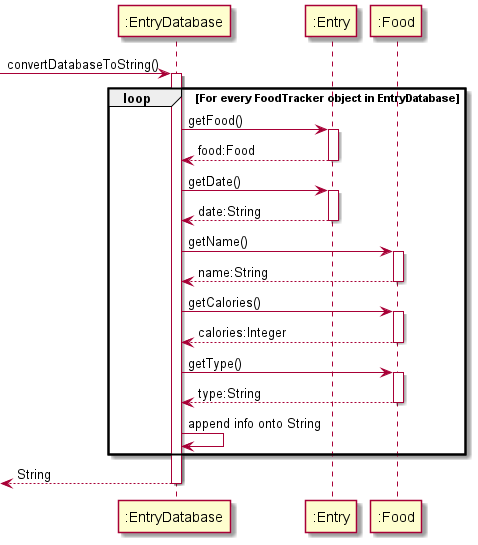
Above: docs/diagrams-DG/EntryDatabase_convertDatabaseToString_Seq.png in praj-bellakka/tp (PlantUML), before the change.
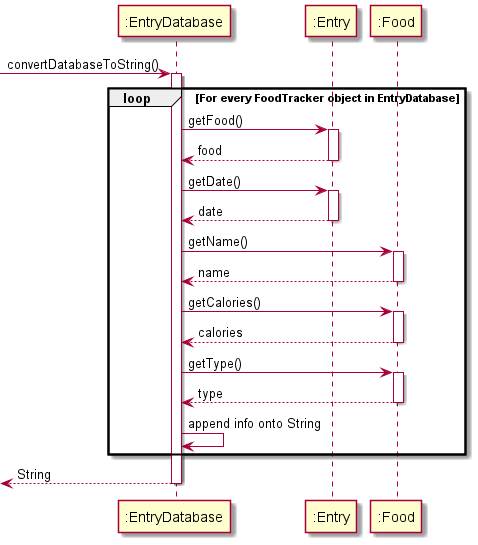
After the change.

Change to the diagram source:
```diff
@@ -7,23 +7,23 @@
 
     ":EntryDatabase" -> ":Entry": getFood()
     activate ":Entry"
-    return food:Food
+    return food
 
     ":EntryDatabase" -> ":Entry": getDate()
     activate ":Entry"
-    return date:String
+    return date
 
     ":EntryDatabase" -> ":Food": getName()
     activate ":Food"
-    return name:String
+    return name
 
     ":EntryDatabase" -> ":Food": getCalories()
     activate ":Food"
-    return calories:Integer
+    return calories
 
     ":EntryDatabase" -> ":Food": getType()
     activate ":Food"
-    return type:String
+    return type
 
     ":EntryDatabase" -> ":EntryDatabase": append info onto String
 
```
